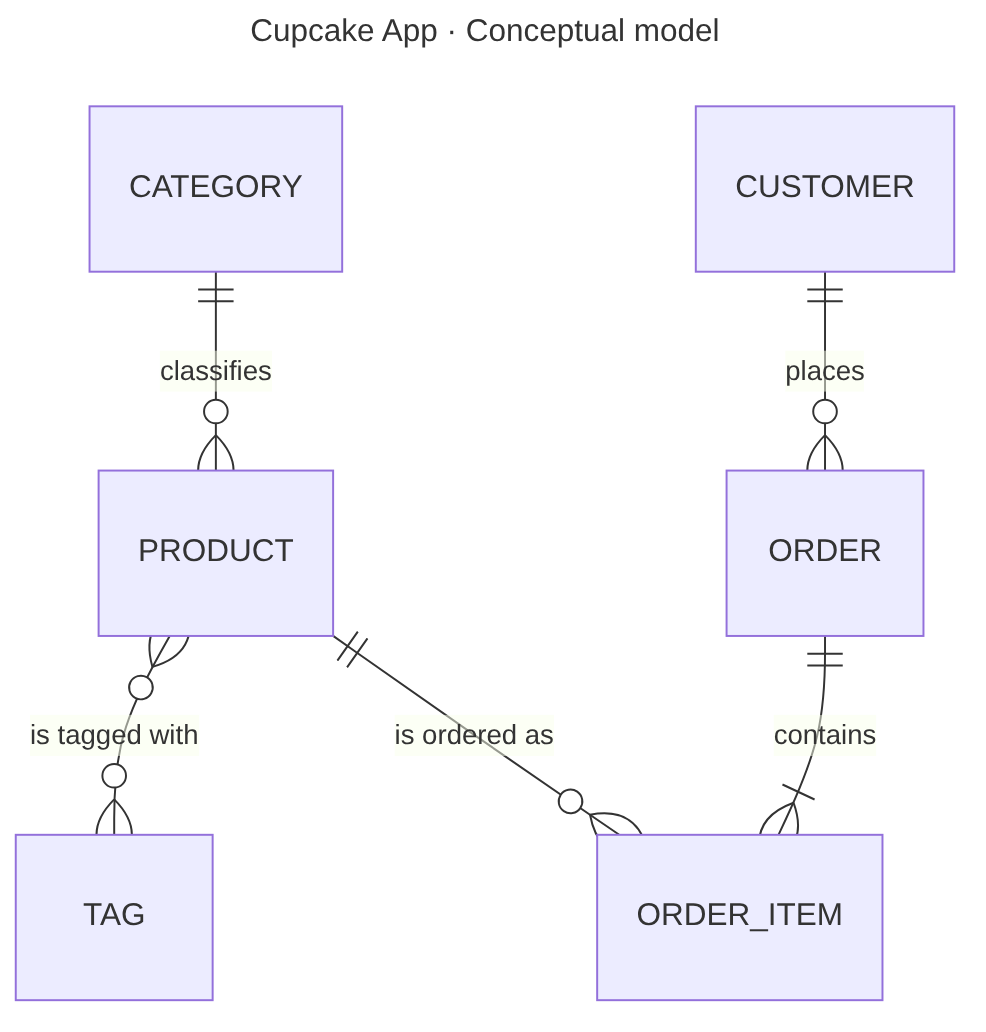
Before: docs/diagrams/database/er-conceptual.png, a diagram exported from Mermaid (tiagopacedev/cupcake-app). Its source is kept beside it as docs/diagrams/database/er-conceptual.mmd. The source it was exported from:
```mermaid
---
title: Cupcake App · Conceptual model
---
erDiagram
  CATEGORY ||--o{ PRODUCT : "classifies"
  PRODUCT }o--o{ TAG : "is tagged with"
  CUSTOMER ||--o{ ORDER : "places"
  ORDER ||--|{ ORDER_ITEM : "contains"
  PRODUCT ||--o{ ORDER_ITEM : "is ordered as"
```
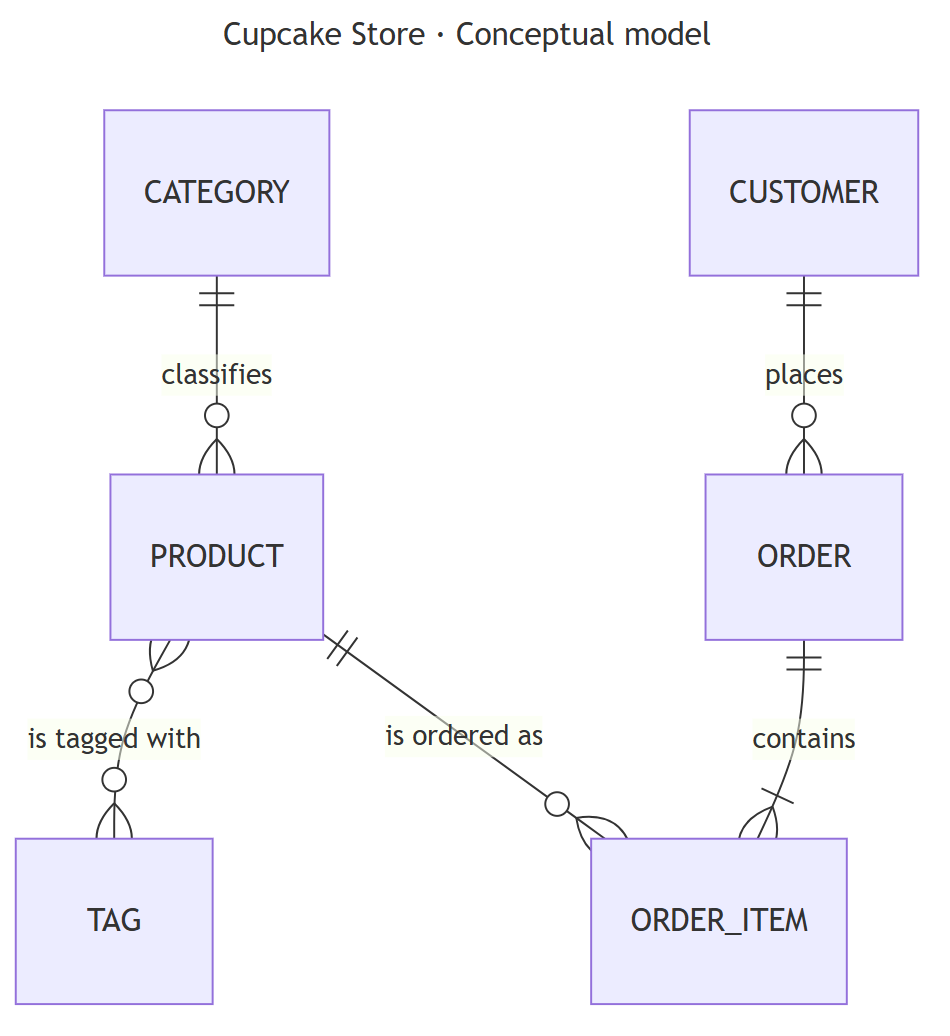
Later version of the same file.

What changed in the source:
```diff
@@ -1,5 +1,5 @@
 ---
-title: Cupcake App · Conceptual model
+title: Cupcake Store · Conceptual model
 ---
 erDiagram
   CATEGORY ||--o{ PRODUCT : "classifies"
```
